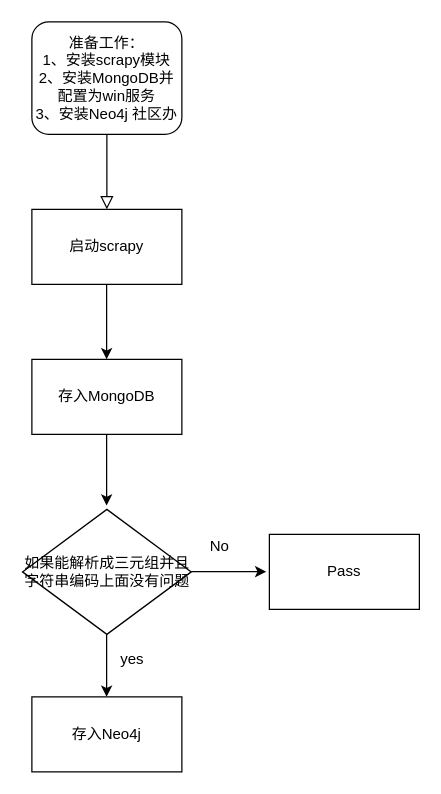
hua7448/Scrapy-BK-data-and-create-KnowledgeGraph keeps this draw.io diagram as 爬取百科数据构建知识图谱流程图.drawio. Above is the earlier version. Source tidied: cells renumbered, new cells numbered last; positions are measured from the earlier drawing's top-left corner, leaving out a move shared by most shapes. Both pictures are drawn from the tidied source at 125%, with x=0, y=0 at pixel (21, 21).
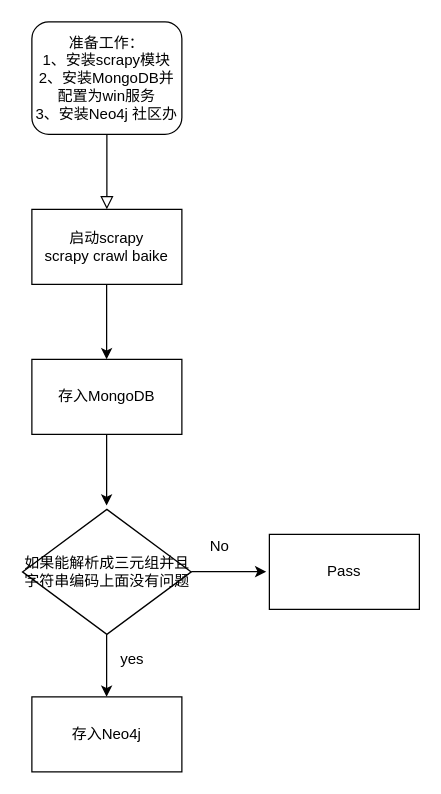
Above is the later version.

Change to the diagram source:
```diff
@@
 <mxGraphModel>
   <root>
     <mxCell id="0" />
     <mxCell id="1" parent="0" />
     <mxCell id="2" style="rounded=0;html=1;jettySize=auto;fontSize=11;endArrow=block;endFill=0;endSize=8;strokeWidth=1;shadow=0;labelBackgroundColor=none;edgeStyle=orthogonalEdgeStyle;entryX=0.5;entryY=0;entryDx=0;entryDy=0;" parent="1" edge="1" source="3" target="4">
       <mxGeometry relative="1" as="geometry" />
     </mxCell>
     <mxCell id="3" value="准备工作：&lt;br&gt;1、安装scrapy模块&lt;br&gt;2、安装MongoDB并配置为win服务&lt;br&gt;3、安装Neo4j 社区办&lt;br&gt;" style="rounded=1;whiteSpace=wrap;html=1;fontSize=12;glass=0;strokeWidth=1;shadow=0;" parent="1" vertex="1">
       <mxGeometry x="8" width="120" height="90" as="geometry" />
     </mxCell>
-    <mxCell id="4" value="启动scrapy" style="rounded=0;whiteSpace=wrap;html=1;" parent="1" vertex="1">
+    <mxCell id="4" value="启动scrapy&lt;br&gt;scrapy crawl baike" style="rounded=0;whiteSpace=wrap;html=1;" parent="1" vertex="1">
       <mxGeometry x="8" y="150" width="120" height="60" as="geometry" />
     </mxCell>
     <mxCell id="5" style="endArrow=classic;html=1;" parent="1" edge="1">
       <mxGeometry relative="1" as="geometry">
         <mxPoint x="67.8" y="210" as="sourcePoint" />
         <mxPoint x="67.8" y="270" as="targetPoint" />
       </mxGeometry>
     </mxCell>
     <mxCell id="6" value="存入MongoDB" style="rounded=0;whiteSpace=wrap;html=1;" parent="1" vertex="1">
       <mxGeometry x="8" y="270" width="120" height="60" as="geometry" />
     </mxCell>
     <mxCell id="7" style="endArrow=classic;html=1;" parent="1" edge="1">
       <mxGeometry relative="1" as="geometry">
         <mxPoint x="67.8" y="330" as="sourcePoint" />
         <mxPoint x="67.8" y="387" as="targetPoint" />
       </mxGeometry>
     </mxCell>
     <mxCell id="8" value="存入Neo4j" style="rounded=0;whiteSpace=wrap;html=1;" parent="1" vertex="1">
       <mxGeometry x="8" y="540" width="120" height="60" as="geometry" />
     </mxCell>
     <mxCell id="9" value="&lt;span&gt;如果能解析成三元组并且字符串编码上面没有问题&lt;/span&gt;" style="rhombus;whiteSpace=wrap;html=1;" parent="1" vertex="1">
       <mxGeometry x="0.5" y="390" width="135" height="100" as="geometry" />
     </mxCell>
     <mxCell id="10" style="endArrow=classic;html=1;" parent="1" edge="1">
       <mxGeometry relative="1" as="geometry">
         <mxPoint x="67.8" y="490" as="sourcePoint" />
         <mxPoint x="67.8" y="540" as="targetPoint" />
       </mxGeometry>
     </mxCell>
     <mxCell id="11" value="yes" style="text;html=1;align=center;verticalAlign=middle;" parent="1" vertex="1">
       <mxGeometry x="73" y="500" width="30" height="20" as="geometry" />
     </mxCell>
     <mxCell id="12" value="No" style="text;html=1;align=center;verticalAlign=middle;" parent="1" vertex="1">
       <mxGeometry x="143" y="410" width="30" height="20" as="geometry" />
     </mxCell>
     <mxCell id="13" style="endArrow=classic;html=1;" parent="1" edge="1">
       <mxGeometry relative="1" as="geometry">
         <mxPoint x="135.5" y="439.8" as="sourcePoint" />
         <mxPoint x="195.5" y="439.8" as="targetPoint" />
       </mxGeometry>
     </mxCell>
     <mxCell id="14" value="Pass" style="rounded=0;whiteSpace=wrap;html=1;" parent="1" vertex="1">
       <mxGeometry x="198" y="410" width="120" height="60" as="geometry" />
     </mxCell>
   </root>
 </mxGraphModel>
```
